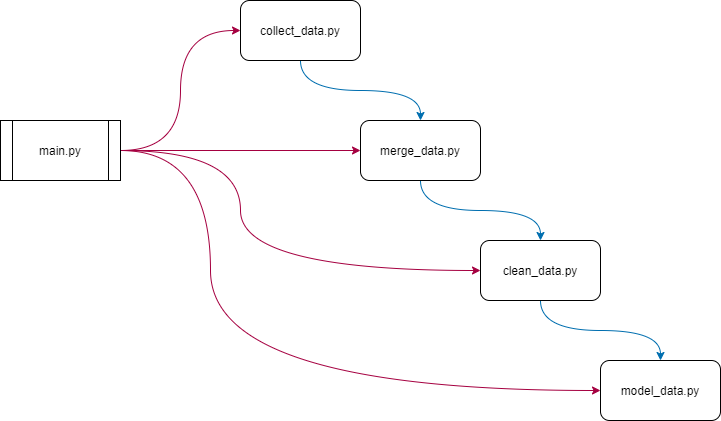
Above: fig/flow_img.png in Fransie-dev/FPL-Ensembling (draw.io), before the change. Source tidied: cells renumbered, new cells last; positions are measured from the earlier drawing's top-left corner, leaving out a move shared by most shapes. The source it was exported from:
```xml
<mxGraphModel>
  <root>
    <mxCell id="0" />
    <mxCell id="1" parent="0" />
    <mxCell id="2" style="edgeStyle=orthogonalEdgeStyle;jettySize=auto;html=1;exitX=0.5;exitY=1;exitDx=0;exitDy=0;curved=1;fillColor=#1ba1e2;labelBorderColor=none;strokeColor=#006EAF;" parent="1" edge="1" source="3" target="5">
      <mxGeometry relative="1" as="geometry" />
    </mxCell>
    <mxCell id="3" value="collect_data.py" style="rounded=1;whiteSpace=wrap;html=1;" parent="1" vertex="1">
      <mxGeometry x="240" width="120" height="60" as="geometry" />
    </mxCell>
    <mxCell id="4" style="edgeStyle=orthogonalEdgeStyle;curved=1;jettySize=auto;html=1;exitX=0.5;exitY=1;exitDx=0;exitDy=0;entryX=0.5;entryY=0;entryDx=0;entryDy=0;fillColor=#1ba1e2;strokeColor=#006EAF;" parent="1" edge="1" source="5" target="7">
      <mxGeometry relative="1" as="geometry" />
    </mxCell>
    <mxCell id="5" value="merge_data.py" style="rounded=1;whiteSpace=wrap;html=1;" parent="1" vertex="1">
      <mxGeometry x="360" y="120" width="120" height="60" as="geometry" />
    </mxCell>
    <mxCell id="6" style="edgeStyle=orthogonalEdgeStyle;curved=1;jettySize=auto;html=1;exitX=0.5;exitY=1;exitDx=0;exitDy=0;entryX=0.5;entryY=0;entryDx=0;entryDy=0;strokeColor=#006EAF;fillColor=#1ba1e2;" parent="1" edge="1" source="7" target="13">
      <mxGeometry relative="1" as="geometry" />
    </mxCell>
    <mxCell id="7" value="clean_data.py" style="rounded=1;whiteSpace=wrap;html=1;" parent="1" vertex="1">
      <mxGeometry x="480" y="240" width="120" height="60" as="geometry" />
    </mxCell>
    <mxCell id="8" style="edgeStyle=orthogonalEdgeStyle;curved=1;jettySize=auto;html=1;exitX=1;exitY=0.5;exitDx=0;exitDy=0;entryX=0;entryY=0.5;entryDx=0;entryDy=0;fillColor=#d80073;strokeColor=#A50040;" parent="1" edge="1" source="12" target="3">
      <mxGeometry relative="1" as="geometry" />
    </mxCell>
    <mxCell id="9" style="edgeStyle=orthogonalEdgeStyle;curved=1;jettySize=auto;html=1;exitX=1;exitY=0.5;exitDx=0;exitDy=0;fillColor=#d80073;strokeColor=#A50040;" parent="1" edge="1" source="12" target="5">
      <mxGeometry relative="1" as="geometry" />
    </mxCell>
    <mxCell id="10" style="edgeStyle=orthogonalEdgeStyle;curved=1;jettySize=auto;html=1;exitX=1;exitY=0.5;exitDx=0;exitDy=0;entryX=0;entryY=0.5;entryDx=0;entryDy=0;fillColor=#d80073;strokeColor=#A50040;" parent="1" edge="1" source="12" target="7">
      <mxGeometry relative="1" as="geometry">
        <Array as="points">
          <mxPoint x="240" y="150" />
          <mxPoint x="240" y="270" />
        </Array>
      </mxGeometry>
    </mxCell>
    <mxCell id="11" style="edgeStyle=orthogonalEdgeStyle;curved=1;jettySize=auto;html=1;exitX=1;exitY=0.5;exitDx=0;exitDy=0;entryX=0;entryY=0.5;entryDx=0;entryDy=0;strokeColor=#A50040;fillColor=#d80073;" parent="1" edge="1" source="12" target="13">
      <mxGeometry relative="1" as="geometry">
        <Array as="points">
          <mxPoint x="210" y="150" />
          <mxPoint x="210" y="390" />
        </Array>
      </mxGeometry>
    </mxCell>
    <mxCell id="12" value="main.py" style="shape=process;whiteSpace=wrap;html=1;backgroundOutline=1;" parent="1" vertex="1">
      <mxGeometry y="120" width="120" height="60" as="geometry" />
    </mxCell>
    <mxCell id="13" value="model_data.py" style="rounded=1;whiteSpace=wrap;html=1;" parent="1" vertex="1">
      <mxGeometry x="600" y="360" width="120" height="60" as="geometry" />
    </mxCell>
  </root>
</mxGraphModel>
```
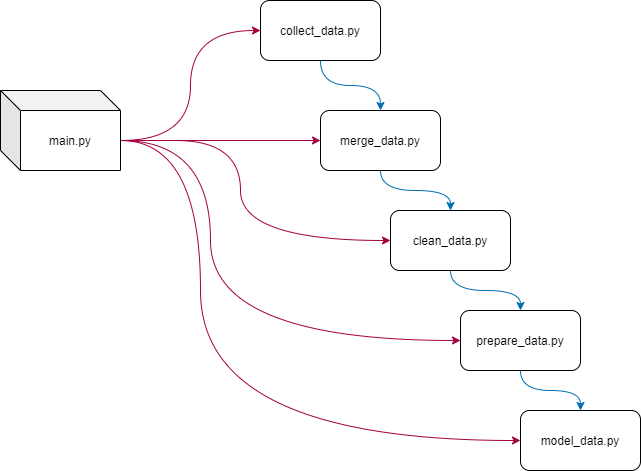
After the change.

The edit, as a diff of the source:
```diff
@@ -6,47 +6,62 @@
       <mxGeometry relative="1" as="geometry" />
     </mxCell>
     <mxCell id="3" value="collect_data.py" style="rounded=1;whiteSpace=wrap;html=1;" parent="1" vertex="1">
-      <mxGeometry x="240" width="120" height="60" as="geometry" />
+      <mxGeometry x="260" y="10" width="120" height="60" as="geometry" />
     </mxCell>
     <mxCell id="4" style="edgeStyle=orthogonalEdgeStyle;curved=1;jettySize=auto;html=1;exitX=0.5;exitY=1;exitDx=0;exitDy=0;entryX=0.5;entryY=0;entryDx=0;entryDy=0;fillColor=#1ba1e2;strokeColor=#006EAF;" parent="1" edge="1" source="5" target="7">
       <mxGeometry relative="1" as="geometry" />
     </mxCell>
     <mxCell id="5" value="merge_data.py" style="rounded=1;whiteSpace=wrap;html=1;" parent="1" vertex="1">
-      <mxGeometry x="360" y="120" width="120" height="60" as="geometry" />
+      <mxGeometry x="320" y="120" width="120" height="60" as="geometry" />
     </mxCell>
     <mxCell id="6" style="edgeStyle=orthogonalEdgeStyle;curved=1;jettySize=auto;html=1;exitX=0.5;exitY=1;exitDx=0;exitDy=0;entryX=0.5;entryY=0;entryDx=0;entryDy=0;strokeColor=#006EAF;fillColor=#1ba1e2;" parent="1" edge="1" source="7" target="13">
       <mxGeometry relative="1" as="geometry" />
     </mxCell>
     <mxCell id="7" value="clean_data.py" style="rounded=1;whiteSpace=wrap;html=1;" parent="1" vertex="1">
-      <mxGeometry x="480" y="240" width="120" height="60" as="geometry" />
+      <mxGeometry x="390" y="220" width="120" height="60" as="geometry" />
     </mxCell>
-    <mxCell id="8" style="edgeStyle=orthogonalEdgeStyle;curved=1;jettySize=auto;html=1;exitX=1;exitY=0.5;exitDx=0;exitDy=0;entryX=0;entryY=0.5;entryDx=0;entryDy=0;fillColor=#d80073;strokeColor=#A50040;" parent="1" edge="1" source="12" target="3">
+    <mxCell id="8" style="edgeStyle=orthogonalEdgeStyle;curved=1;jettySize=auto;html=1;exitX=0;exitY=0;exitDx=120;exitDy=50;entryX=0;entryY=0.5;entryDx=0;entryDy=0;fillColor=#d80073;strokeColor=#A50040;exitPerimeter=0;" parent="1" edge="1" source="12" target="3">
       <mxGeometry relative="1" as="geometry" />
     </mxCell>
-    <mxCell id="9" style="edgeStyle=orthogonalEdgeStyle;curved=1;jettySize=auto;html=1;exitX=1;exitY=0.5;exitDx=0;exitDy=0;fillColor=#d80073;strokeColor=#A50040;" parent="1" edge="1" source="12" target="5">
+    <mxCell id="9" style="edgeStyle=orthogonalEdgeStyle;curved=1;jettySize=auto;html=1;exitX=0;exitY=0;exitDx=120;exitDy=50;fillColor=#d80073;strokeColor=#A50040;exitPerimeter=0;" parent="1" edge="1" source="12" target="5">
       <mxGeometry relative="1" as="geometry" />
     </mxCell>
-    <mxCell id="10" style="edgeStyle=orthogonalEdgeStyle;curved=1;jettySize=auto;html=1;exitX=1;exitY=0.5;exitDx=0;exitDy=0;entryX=0;entryY=0.5;entryDx=0;entryDy=0;fillColor=#d80073;strokeColor=#A50040;" parent="1" edge="1" source="12" target="7">
+    <mxCell id="10" style="edgeStyle=orthogonalEdgeStyle;curved=1;jettySize=auto;html=1;exitX=0;exitY=0;exitDx=120;exitDy=50;entryX=0;entryY=0.5;entryDx=0;entryDy=0;fillColor=#d80073;strokeColor=#A50040;exitPerimeter=0;" parent="1" edge="1" source="12" target="7">
       <mxGeometry relative="1" as="geometry">
         <Array as="points">
+          <mxPoint x="110" y="150" />
           <mxPoint x="240" y="150" />
           <mxPoint x="240" y="270" />
         </Array>
       </mxGeometry>
     </mxCell>
-    <mxCell id="11" style="edgeStyle=orthogonalEdgeStyle;curved=1;jettySize=auto;html=1;exitX=1;exitY=0.5;exitDx=0;exitDy=0;entryX=0;entryY=0.5;entryDx=0;entryDy=0;strokeColor=#A50040;fillColor=#d80073;" parent="1" edge="1" source="12" target="13">
+    <mxCell id="11" style="edgeStyle=orthogonalEdgeStyle;curved=1;jettySize=auto;html=1;exitX=1;exitY=0.625;exitDx=0;exitDy=0;entryX=0;entryY=0.5;entryDx=0;entryDy=0;strokeColor=#A50040;fillColor=#d80073;exitPerimeter=0;" parent="1" edge="1" source="12" target="13">
       <mxGeometry relative="1" as="geometry">
         <Array as="points">
           <mxPoint x="210" y="150" />
-          <mxPoint x="210" y="390" />
+          <mxPoint x="210" y="350" />
         </Array>
       </mxGeometry>
     </mxCell>
+    <mxCell id="14" style="edgeStyle=orthogonalEdgeStyle;curved=1;jettySize=auto;html=1;exitX=0;exitY=0;exitDx=120;exitDy=50;entryX=0;entryY=0.5;entryDx=0;entryDy=0;entryPerimeter=0;fillColor=#d80073;strokeColor=#A50040;exitPerimeter=0;" parent="1" edge="1" source="12" target="16">
+      <mxGeometry relative="1" as="geometry">
+        <Array as="points">
+          <mxPoint x="200" y="150" />
+          <mxPoint x="200" y="450" />
+        </Array>
+      </mxGeometry>
+    </mxCell>
+    <mxCell id="15" style="edgeStyle=orthogonalEdgeStyle;jettySize=auto;html=1;exitX=0.5;exitY=1;exitDx=0;exitDy=0;entryX=0.5;entryY=0;entryDx=0;entryDy=0;curved=1;fillColor=#1ba1e2;strokeColor=#006EAF;" parent="1" edge="1" source="13" target="16">
+      <mxGeometry relative="1" as="geometry" />
+    </mxCell>
+    <mxCell id="13" value="prepare_data.py" style="rounded=1;whiteSpace=wrap;html=1;" parent="1" vertex="1">
+      <mxGeometry x="460" y="320" width="120" height="60" as="geometry" />
+    </mxCell>
+    <mxCell id="16" value="model_data.py" style="rounded=1;whiteSpace=wrap;html=1;" parent="1" vertex="1">
+      <mxGeometry x="520" y="420" width="120" height="60" as="geometry" />
+    </mxCell>
-    <mxCell id="12" value="main.py" style="shape=process;whiteSpace=wrap;html=1;backgroundOutline=1;" parent="1" vertex="1">
-      <mxGeometry y="120" width="120" height="60" as="geometry" />
+    <mxCell id="12" value="main.py" style="shape=cube;whiteSpace=wrap;html=1;boundedLbl=1;backgroundOutline=1;darkOpacity=0.05;darkOpacity2=0.1;" parent="1" vertex="1">
+      <mxGeometry y="100" width="120" height="80" as="geometry" />
     </mxCell>
-    <mxCell id="13" value="model_data.py" style="rounded=1;whiteSpace=wrap;html=1;" parent="1" vertex="1">
-      <mxGeometry x="600" y="360" width="120" height="60" as="geometry" />
-    </mxCell>
   </root>
 </mxGraphModel>
```
